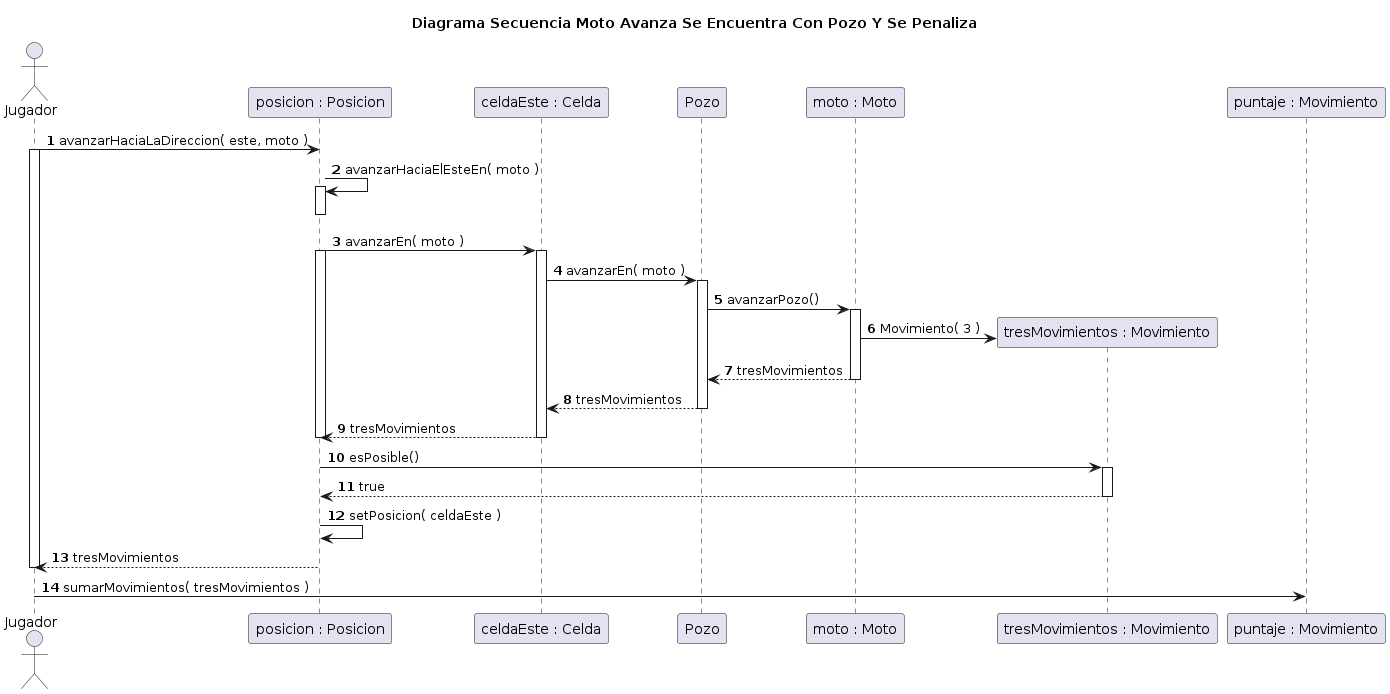
rodrigovzq/algo3_tp2 keeps this PlantUML diagram as diagrams/borradores/imagenes/DiagramaSecuenciaCasoConPozoEnAuto.png. Above is the earlier version. Its diagram source:
```plantuml
@startuml
title Diagrama Secuencia Moto Avanza Se Encuentra Con Pozo Y Se Penaliza

autonumber

actor Jugador

Jugador -> "posicion : Posicion": avanzarHaciaLaDireccion( este, moto )

activate Jugador
"posicion : Posicion" -> "posicion : Posicion"++: avanzarHaciaElEsteEn( moto )

deactivate "posicion : Posicion"
"posicion : Posicion" -> "celdaEste : Celda"++: avanzarEn( moto )

activate "posicion : Posicion"
"celdaEste : Celda" -> Pozo++: avanzarEn( moto )
Pozo -> "moto : Moto"++: avanzarPozo()
create "tresMovimientos : Movimiento"
"moto : Moto" -> "tresMovimientos : Movimiento": Movimiento( 3 )
"moto : Moto" --> Pozo: tresMovimientos
deactivate "moto : Moto"
Pozo --> "celdaEste : Celda": tresMovimientos
deactivate Pozo
"celdaEste : Celda" --> "posicion : Posicion": tresMovimientos
deactivate "celdaEste : Celda"
deactivate "posicion : Posicion"


"tresMovimientos : Movimiento" <- "posicion : Posicion"++: esPosible()
"tresMovimientos : Movimiento" --> "posicion : Posicion": true
deactivate "tresMovimientos : Movimiento"
"posicion : Posicion" -> "posicion : Posicion": setPosicion( celdaEste )

"posicion : Posicion" --> Jugador: tresMovimientos

deactivate Jugador
Jugador -> "puntaje : Movimiento": sumarMovimientos( tresMovimientos )

@enduml
```
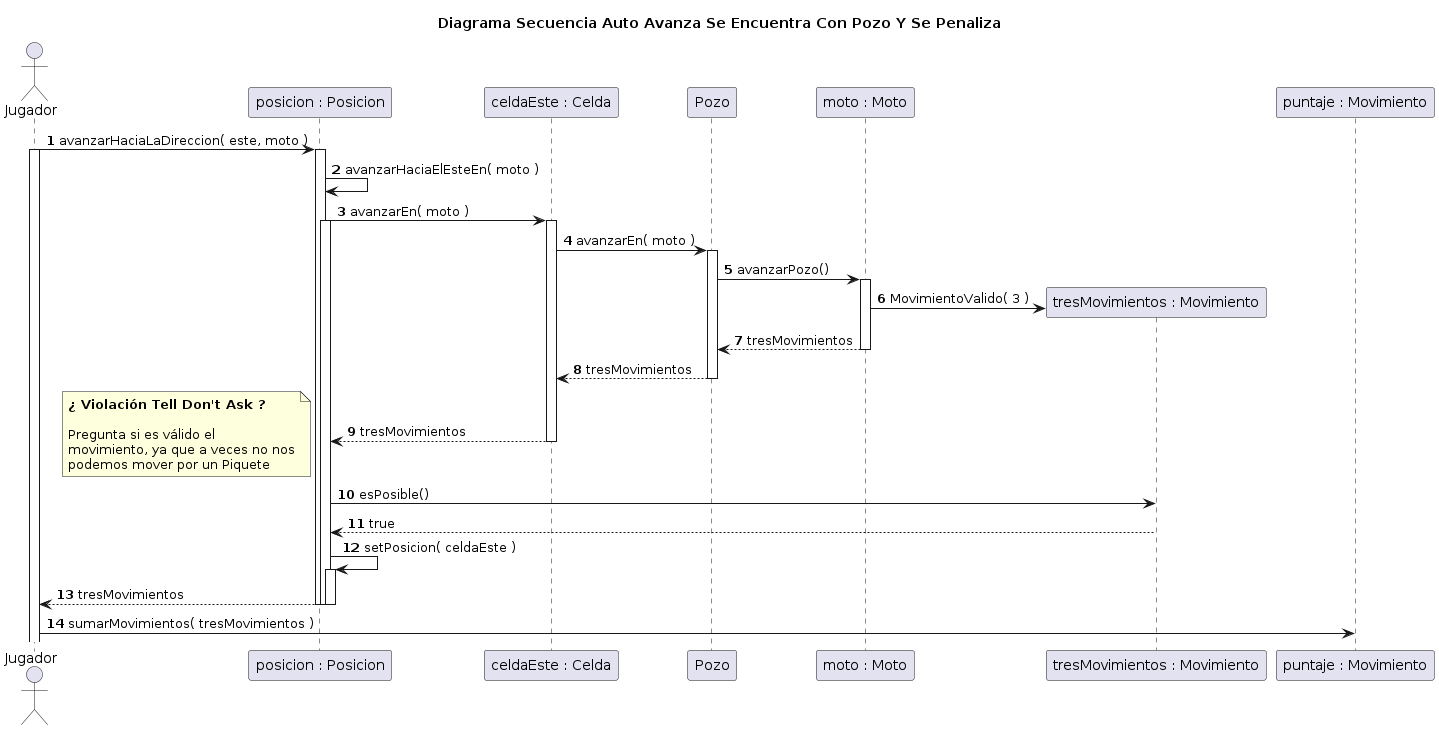
The same diagram one commit later.

Change to the diagram source:
```diff
@@ -1,40 +1,46 @@
 @startuml
-title Diagrama Secuencia Moto Avanza Se Encuentra Con Pozo Y Se Penaliza
+title Diagrama Secuencia Auto Avanza Se Encuentra Con Pozo Y Se Penaliza
 
 autonumber
 
 actor Jugador
 
-Jugador -> "posicion : Posicion": avanzarHaciaLaDireccion( este, moto )
+Jugador -> "posicion : Posicion"++: avanzarHaciaLaDireccion( este, moto )
 
 activate Jugador
-"posicion : Posicion" -> "posicion : Posicion"++: avanzarHaciaElEsteEn( moto )
+"posicion : Posicion" -> "posicion : Posicion": avanzarHaciaElEsteEn( moto )
 
-deactivate "posicion : Posicion"
 "posicion : Posicion" -> "celdaEste : Celda"++: avanzarEn( moto )
 
 activate "posicion : Posicion"
 "celdaEste : Celda" -> Pozo++: avanzarEn( moto )
 Pozo -> "moto : Moto"++: avanzarPozo()
 create "tresMovimientos : Movimiento"
-"moto : Moto" -> "tresMovimientos : Movimiento": Movimiento( 3 )
+"moto : Moto" -> "tresMovimientos : Movimiento": MovimientoValido( 3 )
 "moto : Moto" --> Pozo: tresMovimientos
 deactivate "moto : Moto"
 Pozo --> "celdaEste : Celda": tresMovimientos
 deactivate Pozo
 "celdaEste : Celda" --> "posicion : Posicion": tresMovimientos
 deactivate "celdaEste : Celda"
-deactivate "posicion : Posicion"
 
+note left
+**¿ Violación Tell Don't Ask ?**
 
-"tresMovimientos : Movimiento" <- "posicion : Posicion"++: esPosible()
+Pregunta si es válido el
+movimiento, ya que a veces no nos
+podemos mover por un Piquete
+end note
+
+"tresMovimientos : Movimiento" <- "posicion : Posicion": esPosible()
 "tresMovimientos : Movimiento" --> "posicion : Posicion": true
 deactivate "tresMovimientos : Movimiento"
-"posicion : Posicion" -> "posicion : Posicion": setPosicion( celdaEste )
 
-"posicion : Posicion" --> Jugador: tresMovimientos
+"posicion : Posicion" -> "posicion : Posicion"++: setPosicion( celdaEste )
 
-deactivate Jugador
+"posicion : Posicion" --> Jugador--: tresMovimientos
+deactivate "posicion : Posicion"
+deactivate "posicion : Posicion"
 Jugador -> "puntaje : Movimiento": sumarMovimientos( tresMovimientos )
 
 @enduml
```
